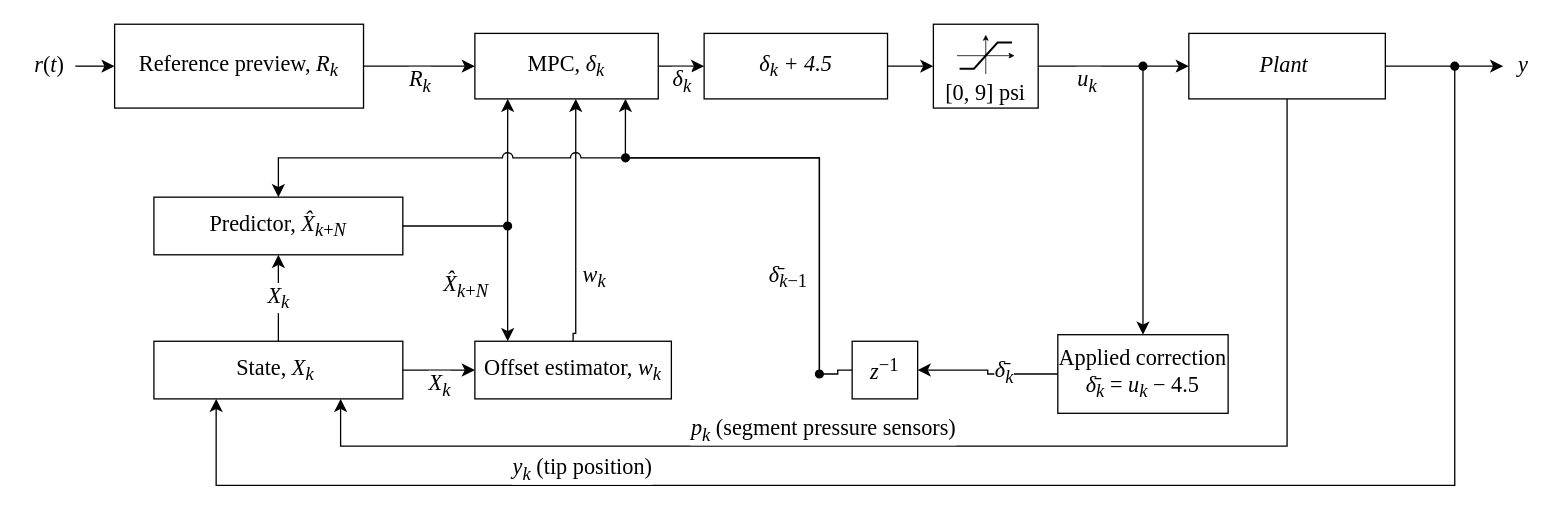
Above: page "3 input MPC diagram" (2 of 11) of docs/diagrams/controllers.drawio in ibraheem-111/soft-pneumatic-arm-control (draw.io), before the change. Source tidied: cells renumbered, new cells numbered last; positions are measured from the earlier drawing's top-left corner, leaving out a move shared by most shapes. Both pictures are drawn from the tidied source at 131%, with x=0, y=0 at pixel (22, 24).
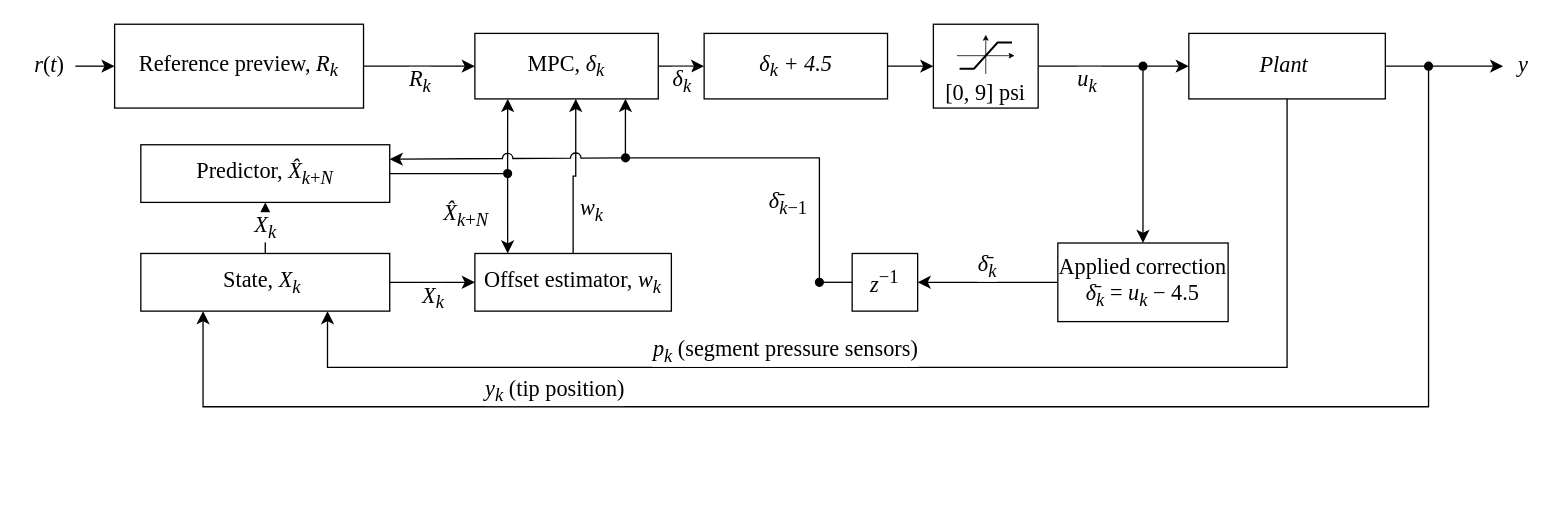
Above is the later version.

Unchanged cells that the change refers to:
```xml
<mxCell id="4" value="MPC,&amp;nbsp;&lt;i style=&quot;white-space: nowrap;&quot;&gt;δ&lt;/i&gt;&lt;sub style=&quot;white-space: nowrap;&quot;&gt;&lt;i&gt;k&lt;/i&gt;&lt;/sub&gt;" style="rounded=0;whiteSpace=wrap;html=1;fillColor=#FFFFFF;strokeColor=#000000;strokeWidth=1;fontSize=17;fontFamily=Times New Roman;fontColor=#000000;" parent="1" vertex="1">
  <mxGeometry x="345" y="7" width="140" height="50" as="geometry" />
</mxCell>
<mxCell id="6" value="&lt;i&gt;Plant&amp;nbsp;&lt;/i&gt;" style="rounded=0;whiteSpace=wrap;html=1;fillColor=#FFFFFF;strokeColor=#000000;strokeWidth=1;fontSize=17;fontFamily=Times New Roman;fontColor=#000000;" parent="1" vertex="1">
  <mxGeometry x="890" y="7" width="150" height="50" as="geometry" />
</mxCell>
<mxCell id="40" style="ellipse;html=1;fillColor=#000000;strokeColor=#000000;fontSize=17;" parent="1" vertex="1">
  <mxGeometry x="457" y="99" width="6" height="6" as="geometry" />
</mxCell>
```

Change to the diagram source:
```diff
@@
     <mxCell id="9" style="ellipse;html=1;fillColor=#000000;strokeColor=#000000;fontSize=17;" parent="1" vertex="1">
-      <mxGeometry x="1090" y="29" width="6" height="6" as="geometry" />
+      <mxGeometry x="1070" y="29" width="6" height="6" as="geometry" />
     </mxCell>
@@
     <mxCell id="17" value="&lt;font&gt;State,&amp;nbsp;&lt;i&gt;X&lt;/i&gt;&lt;sub&gt;&lt;i&gt;k&lt;/i&gt;&lt;/sub&gt;&amp;nbsp;&lt;/font&gt;" style="rounded=0;whiteSpace=wrap;html=1;fillColor=#FFFFFF;strokeColor=#000000;strokeWidth=1;fontSize=17;fontFamily=Times New Roman;fontColor=#000000;" parent="1" vertex="1">
-      <mxGeometry x="100" y="242" width="190" height="44" as="geometry" />
+      <mxGeometry x="90" y="175" width="190" height="44" as="geometry" />
     </mxCell>
     <mxCell id="18" value="&lt;font&gt;Offset estimator,&amp;nbsp;&lt;/font&gt;&lt;font&gt;&lt;i style=&quot;white-space: nowrap;&quot;&gt;w&lt;/i&gt;&lt;sub style=&quot;white-space: nowrap;&quot;&gt;&lt;i&gt;k&lt;/i&gt;&lt;/sub&gt;&lt;/font&gt;" style="rounded=0;whiteSpace=wrap;html=1;fillColor=#FFFFFF;strokeColor=#000000;strokeWidth=1;fontSize=17;fontFamily=Times New Roman;fontColor=#000000;" parent="1" vertex="1">
-      <mxGeometry x="345" y="242" width="150" height="44" as="geometry" />
+      <mxGeometry x="345" y="175" width="150" height="44" as="geometry" />
     </mxCell>
     <mxCell id="19" value="&lt;i&gt;z&lt;/i&gt;&lt;sup&gt;−1&lt;/sup&gt;" style="rounded=0;whiteSpace=wrap;html=1;fillColor=#FFFFFF;strokeColor=#000000;strokeWidth=1;fontSize=17;fontFamily=Times New Roman;fontColor=#000000;" parent="1" vertex="1">
-      <mxGeometry x="633" y="242" width="50" height="44" as="geometry" />
+      <mxGeometry x="633" y="175" width="50" height="44" as="geometry" />
     </mxCell>
     <mxCell id="20" value="Applied correction&lt;br&gt;&lt;i&gt;δ̄&lt;/i&gt;&lt;sub&gt;&lt;i&gt;k&lt;/i&gt;&lt;/sub&gt; = &lt;i&gt;u&lt;sub&gt;k&lt;/sub&gt;&lt;/i&gt;&amp;nbsp;− 4.5" style="rounded=0;whiteSpace=wrap;html=1;fillColor=#FFFFFF;strokeColor=#000000;strokeWidth=1;fontSize=17;fontFamily=Times New Roman;fontColor=#000000;" parent="1" vertex="1">
-      <mxGeometry x="790" y="237" width="130" height="60" as="geometry" />
+      <mxGeometry x="790" y="167" width="130" height="60" as="geometry" />
     </mxCell>
     <mxCell id="21" style="ellipse;html=1;fillColor=#000000;strokeColor=#000000;fontSize=17;" parent="1" vertex="1">
-      <mxGeometry x="605" y="264" width="6" height="6" as="geometry" />
+      <mxGeometry x="605" y="194" width="6" height="6" as="geometry" />
     </mxCell>
     <mxCell id="22" value="&lt;i&gt;y&lt;/i&gt;&lt;sub&gt;&lt;i&gt;k&lt;/i&gt;&lt;/sub&gt; (tip position)" style="edgeStyle=orthogonalEdgeStyle;rounded=0;html=1;endArrow=classic;endFill=1;endSize=7;strokeColor=#000000;strokeWidth=1;fontSize=17;labelBackgroundColor=#FFFFFF;fontFamily=Times New Roman;fontColor=#000000;exitX=0.5;exitY=1;exitDx=0;exitDy=0;entryX=0.25;entryY=1;entryDx=0;entryDy=0;" parent="1" edge="1" source="9" target="17">
-      <mxGeometry x="0.48" y="-12" relative="1" as="geometry">
+      <mxGeometry x="0.46" y="-12" relative="1" as="geometry">
         <Array as="points">
-          <mxPoint x="1093" y="352" />
-          <mxPoint x="147.5" y="352" />
+          <mxPoint x="1073" y="292" />
+          <mxPoint x="137.5" y="292" />
         </Array>
       </mxGeometry>
     </mxCell>
     <mxCell id="23" value="&lt;i&gt;p&lt;/i&gt;&lt;sub&gt;&lt;i&gt;k&lt;/i&gt;&lt;/sub&gt; (segment pressure sensors)" style="edgeStyle=orthogonalEdgeStyle;rounded=0;html=1;endArrow=classic;endFill=1;endSize=7;strokeColor=#000000;strokeWidth=1;fontSize=17;labelBackgroundColor=#FFFFFF;fontFamily=Times New Roman;fontColor=#000000;entryX=0.75;entryY=1;entryDx=0;entryDy=0;exitX=0.5;exitY=1;exitDx=0;exitDy=0;" parent="1" edge="1" source="6" target="17">
-      <mxGeometry x="0.21" y="-12" relative="1" as="geometry">
+      <mxGeometry x="0.2" y="-12" relative="1" as="geometry">
         <Array as="points">
-          <mxPoint x="965" y="322" />
-          <mxPoint x="242.5" y="322" />
+          <mxPoint x="965" y="262" />
+          <mxPoint x="232.5" y="262" />
         </Array>
       </mxGeometry>
     </mxCell>
@@
     <mxCell id="29" value="&lt;i&gt;w&lt;/i&gt;&lt;sub&gt;&lt;i&gt;k&lt;/i&gt;&lt;/sub&gt;" style="edgeStyle=orthogonalEdgeStyle;rounded=0;html=1;endArrow=classic;endFill=1;endSize=7;strokeColor=#000000;strokeWidth=1;fontSize=17;labelBackgroundColor=#FFFFFF;fontFamily=Times New Roman;fontColor=#000000;exitX=0.5;exitY=0;exitDx=0;exitDy=0;entryX=0.55;entryY=1;entryDx=0;entryDy=0;" parent="1" edge="1" source="18" target="4">
       <mxGeometry x="-0.45" relative="1" as="geometry">
-        <Array as="points">
-          <mxPoint x="422" y="236" />
-        </Array>
         <mxPoint x="14" as="offset" />
       </mxGeometry>
     </mxCell>
@@
     <mxCell id="38" value="&lt;font&gt;Predictor,&amp;nbsp;&lt;i&gt;X̂&lt;/i&gt;&lt;sub&gt;&lt;i&gt;k&lt;/i&gt;+&lt;i&gt;N&lt;/i&gt;&lt;/sub&gt;&lt;/font&gt;" style="rounded=0;whiteSpace=wrap;html=1;fillColor=#FFFFFF;strokeColor=#000000;strokeWidth=1;fontSize=17;fontFamily=Times New Roman;fontColor=#000000;" parent="1" vertex="1">
-      <mxGeometry x="100" y="132" width="190" height="44" as="geometry" />
+      <mxGeometry x="90" y="92" width="190" height="44" as="geometry" />
     </mxCell>
     <mxCell id="39" style="ellipse;html=1;fillColor=#000000;strokeColor=#000000;fontSize=17;" parent="1" vertex="1">
-      <mxGeometry x="367" y="151" width="6" height="6" as="geometry" />
+      <mxGeometry x="367" y="111" width="6" height="6" as="geometry" />
     </mxCell>
@@
-    <mxCell id="44" style="edgeStyle=orthogonalEdgeStyle;rounded=0;html=1;endArrow=classic;endFill=1;endSize=7;strokeColor=#000000;strokeWidth=1;fontSize=17;labelBackgroundColor=#FFFFFF;fontFamily=Times New Roman;fontColor=#000000;exitX=0.5;exitY=0;exitDx=0;exitDy=0;entryX=0.5;entryY=0;entryDx=0;entryDy=0;jumpStyle=arc;jumpSize=8;" parent="1" edge="1" source="21" target="38">
-      <mxGeometry relative="1" as="geometry">
-        <Array as="points">
-          <mxPoint x="608" y="102" />
-          <mxPoint x="195" y="102" />
-        </Array>
-      </mxGeometry>
+    <mxCell id="44" style="edgeStyle=orthogonalEdgeStyle;rounded=0;html=1;endArrow=classic;endFill=1;endSize=7;strokeColor=#000000;strokeWidth=1;fontSize=17;labelBackgroundColor=#FFFFFF;fontFamily=Times New Roman;fontColor=#000000;entryX=1;entryY=0.25;entryDx=0;entryDy=0;jumpStyle=arc;jumpSize=8;exitX=0;exitY=0.5;exitDx=0;exitDy=0;" parent="1" edge="1" source="40" target="38">
+      <mxGeometry x="-0.68" relative="1" as="geometry" />
     </mxCell>
```
